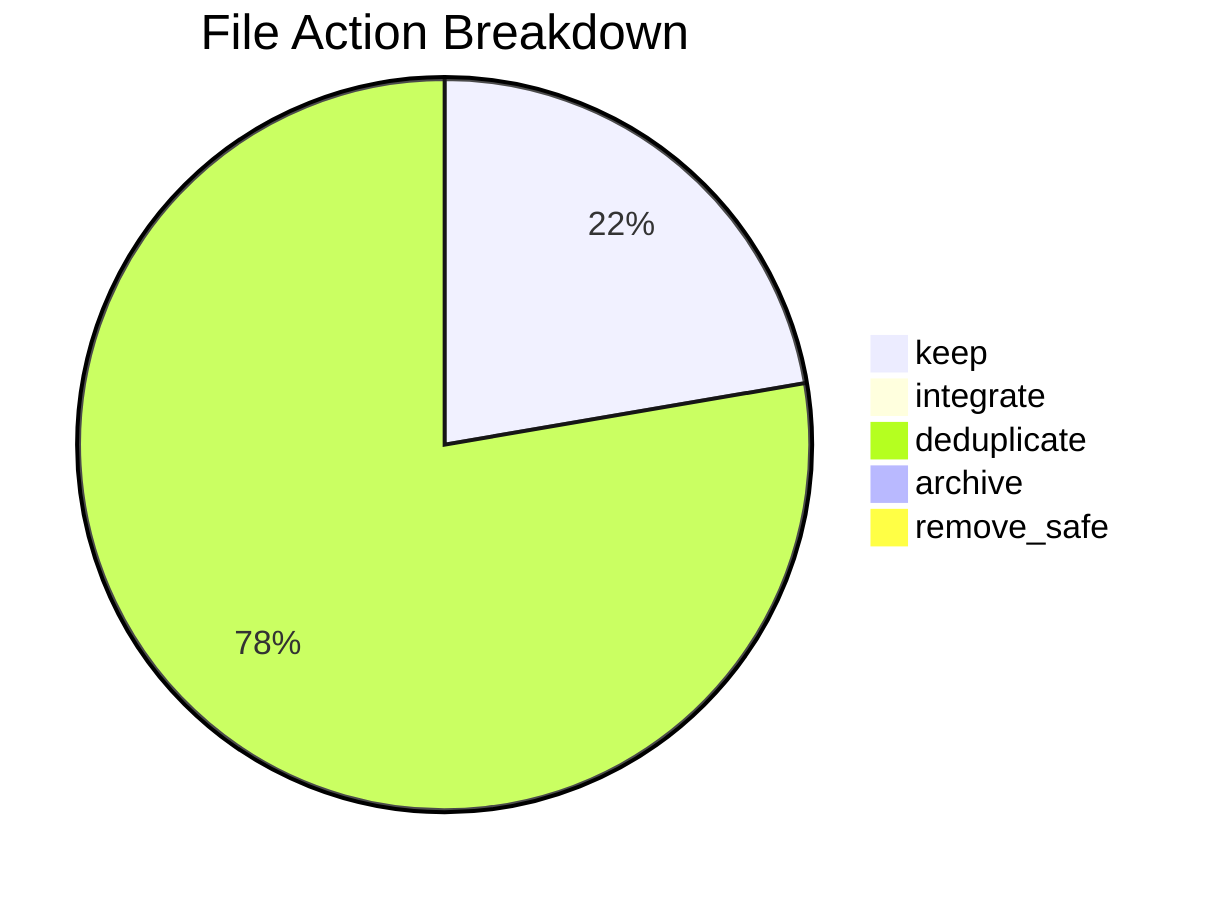
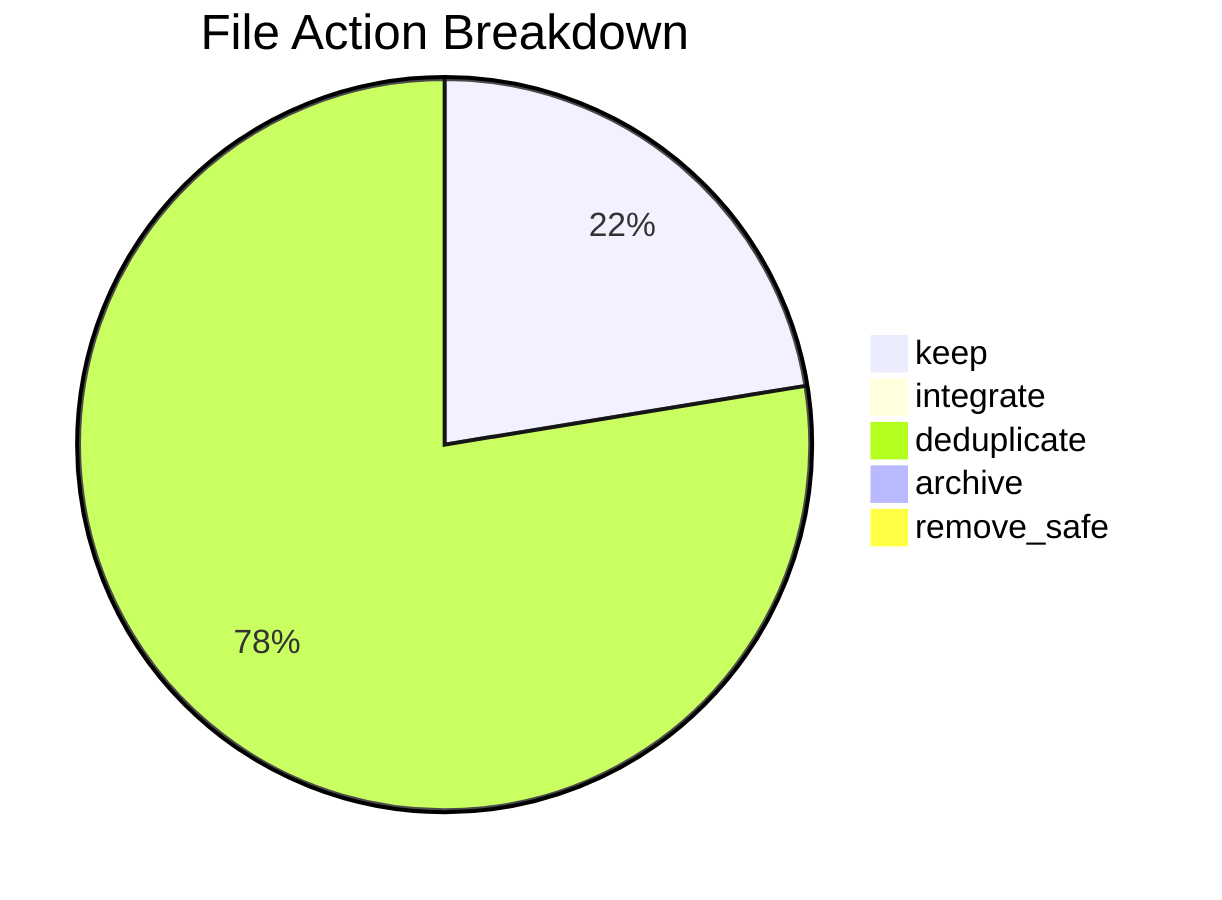
pie title File Action Breakdown
-   "keep" : 141
+   "keep" : 142
  "integrate" : 0
  "deduplicate" : 491
  "archive" : 0
  "remove_safe" : 0
